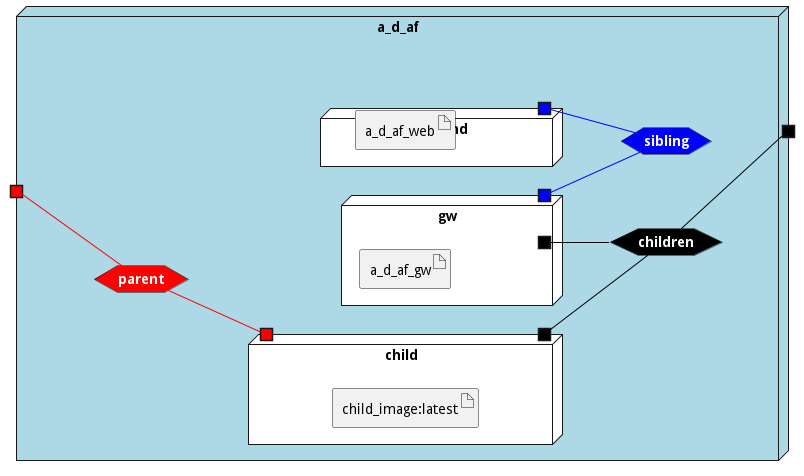
Earlier version of the PlantUML export docs/edgemere/aml/ds/af/envs/test/deployment.png (madajaju/edgemere). Its diagram source:
```plantuml
@startuml

left to right direction







node "a_d_af" #lightblue {


    hexagon childrennet #black [
            <b><color:white>children</color></b>
    ]

    portout " " as childrennetPortOut #black
    childrennet -[#black]- childrennetPortOut

    hexagon siblingnet #blue [
            <b><color:white>sibling</color></b>
    ]

    hexagon parentnet #red [
            <b><color:white>parent</color></b>
    ]

    portin " " as parentnetPortIn #red
    parentnetPortIn -[#red]- parentnet


node "child" as childService #white {
    portOut " " as childServicechildrennet #black
   childServicechildrennet -[#black]- childrennet

    portIn " " as childServiceparentnet #red
    parentnet -[#red]- childServiceparentnet


    artifact "child_image:latest" as child_imagelatestimage

}
node "frontend" as frontendService #white {
    portOut " " as frontendServicesiblingnet #blue
   frontendServicesiblingnet -[#blue]- siblingnet


    artifact "a_d_af_web" as a_d_af_webimage

}
node "gw" as gwService #white {
    portOut " " as gwServicechildrennet #black
   gwServicechildrennet -[#black]- childrennet
       portOut " " as gwServicesiblingnet #blue
   gwServicesiblingnet -[#blue]- siblingnet


    artifact "a_d_af_gw" as a_d_af_gwimage

}

}


@enduml
```
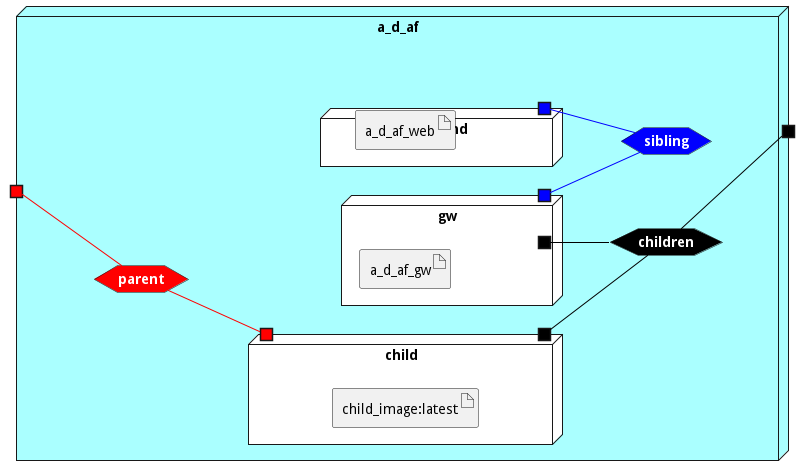
After the change.

Diff of the diagram source:
```diff
@@ -8,7 +8,7 @@
 
 
 
-node "a_d_af" #lightblue {
+node "a_d_af" #aaffff {
 
 
     hexagon childrennet #black [
```
